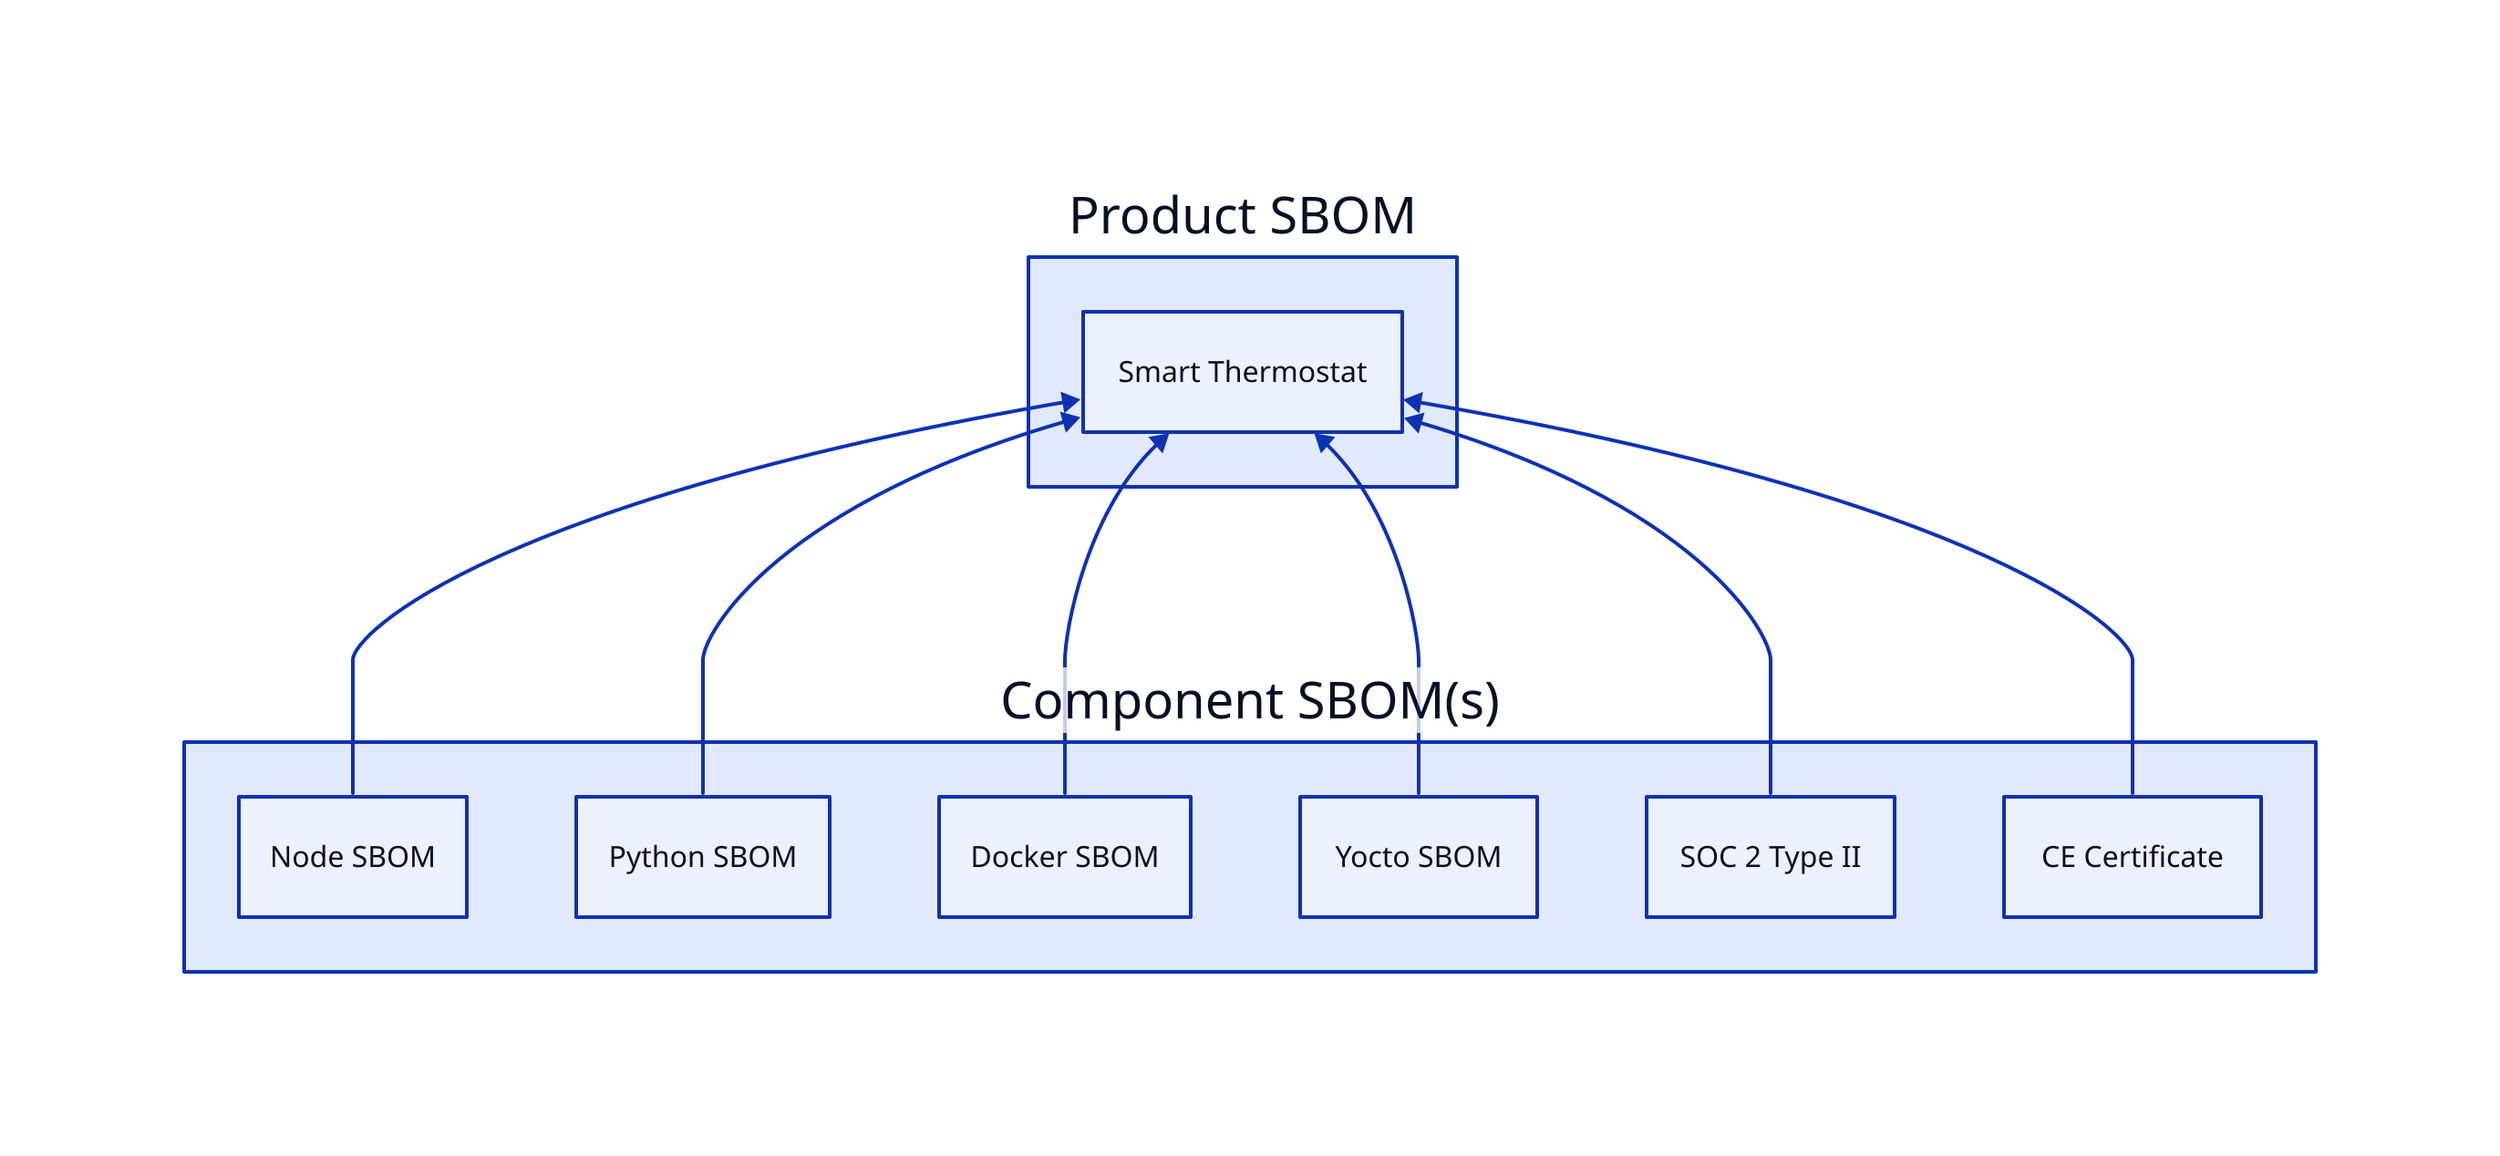
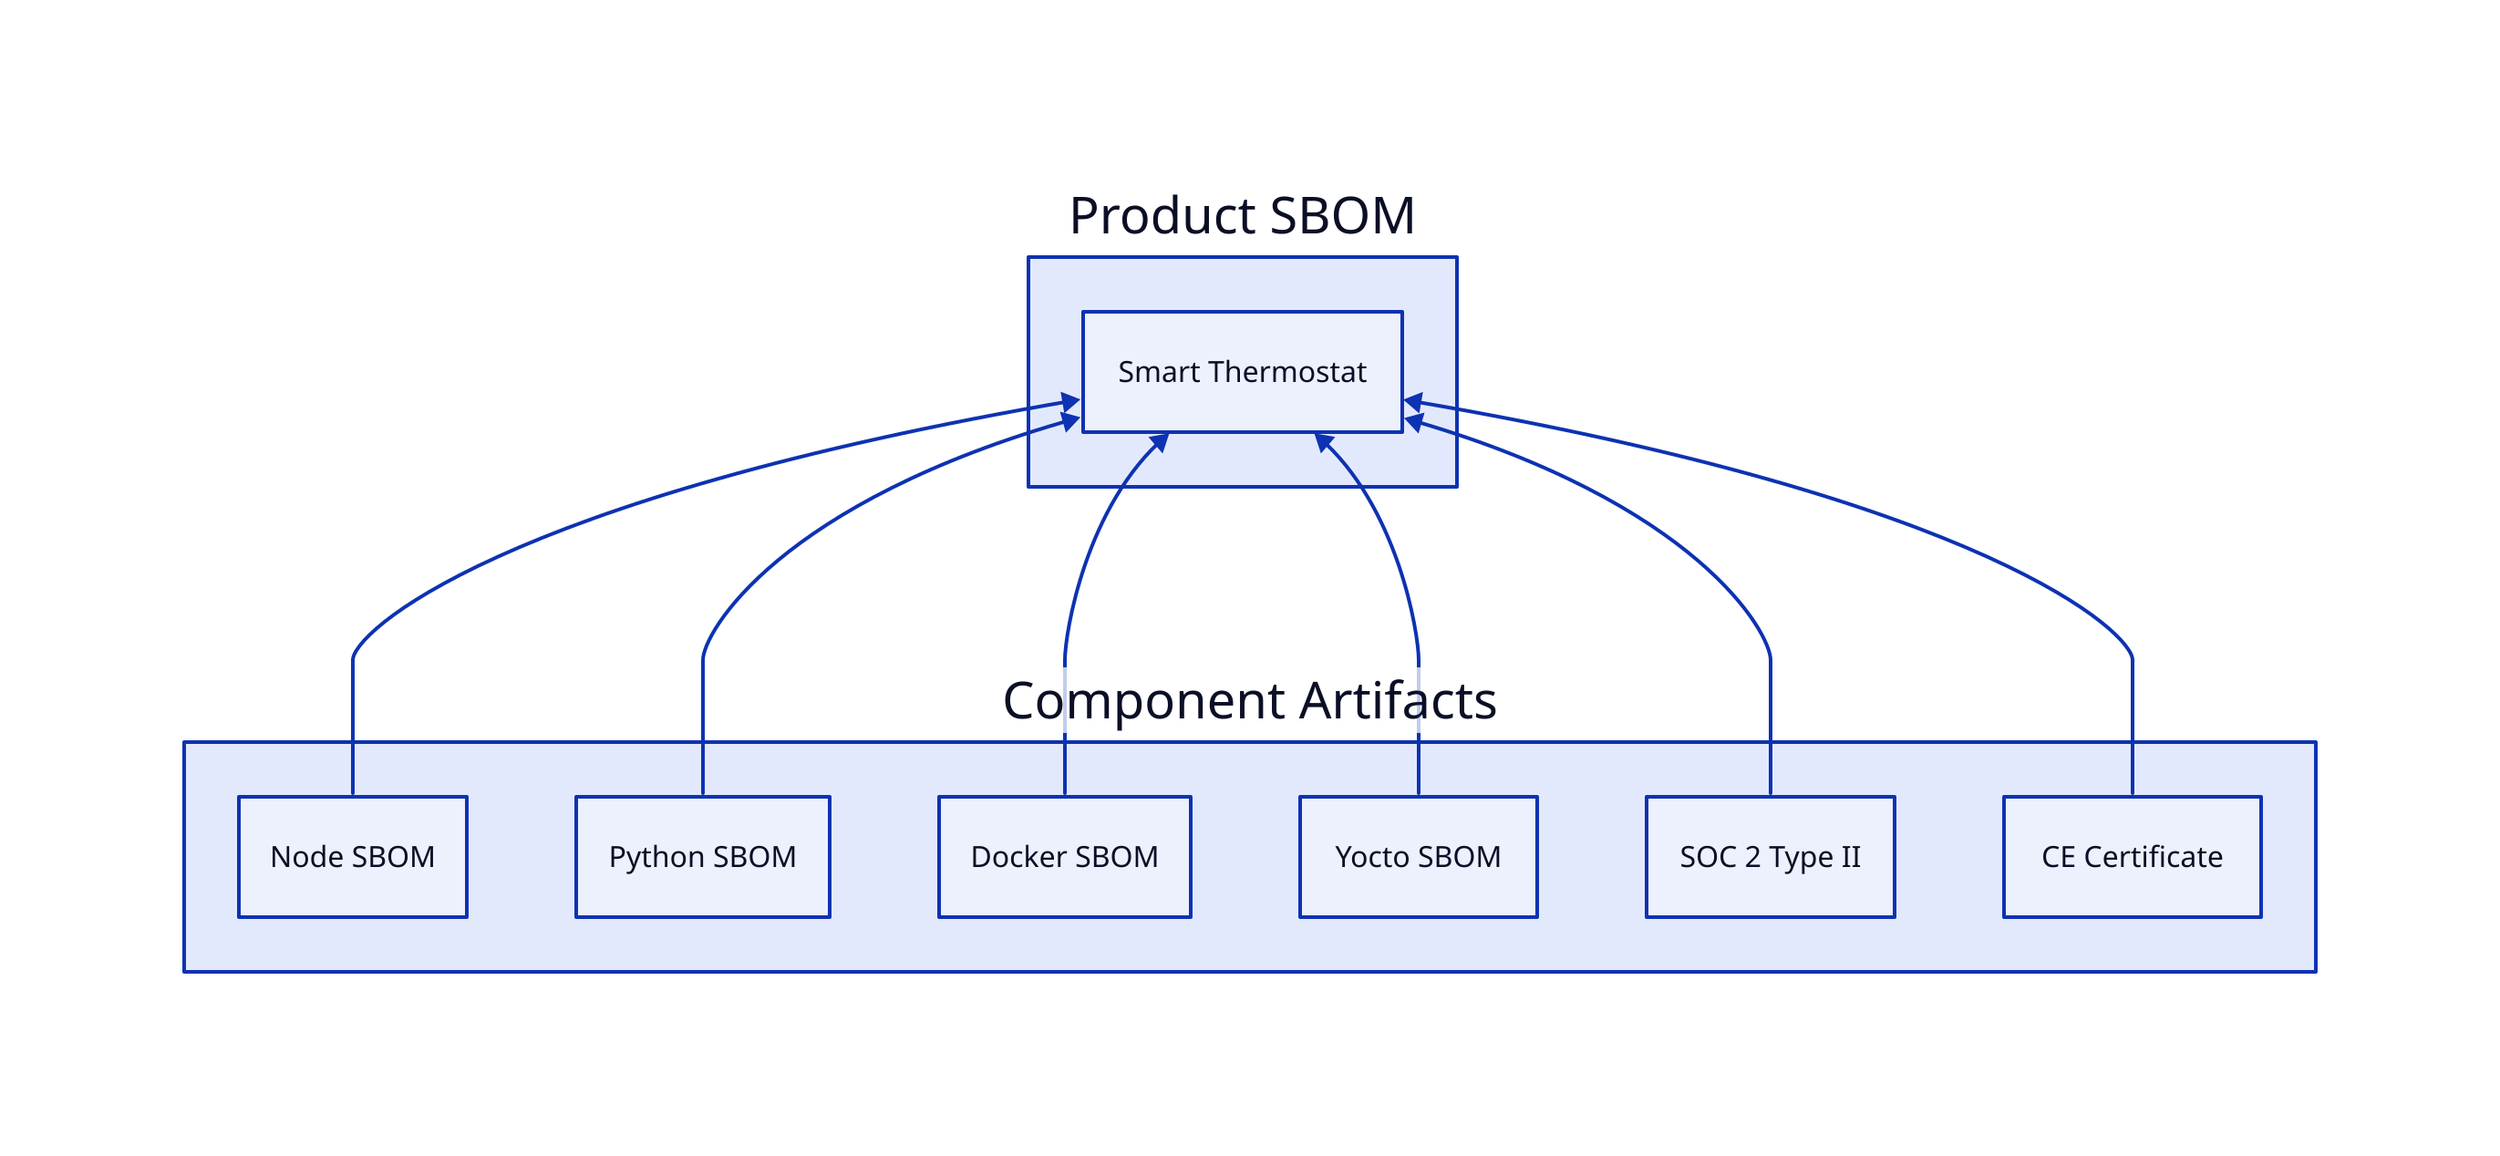
direction: up

# Using the 'group' class for containers and 'accent' for items
product: Product SBOM {
  class: group

  Smart Thermostat: {
    class: accent
  }
}

- component: Component SBOM(s) {
+ component: Component Artifacts {
  class: group

  Python SBOM: {
    class: accent
  }

  Node SBOM: {
    class: accent
  }

  Docker SBOM: {
    class: accent
  }

  Yocto SBOM: {
    class: accent
  }

  SOC 2 Type II: {
    class: accent
  }

  CE Certificate: {
    class: accent
  }
}

# Connections — components attach directly to the product
component.Node SBOM -> product.Smart Thermostat: {
  class: flow-pink
}

component.Python SBOM -> product.Smart Thermostat: {
  class: flow-pink
}

component.Docker SBOM -> product.Smart Thermostat: {
  class: flow-pink
}

component.Yocto SBOM -> product.Smart Thermostat: {
  class: flow-pink
}

component.SOC 2 Type II -> product.Smart Thermostat: {
  class: flow-pink
}

component.CE Certificate -> product.Smart Thermostat: {
  class: flow-pink
}
